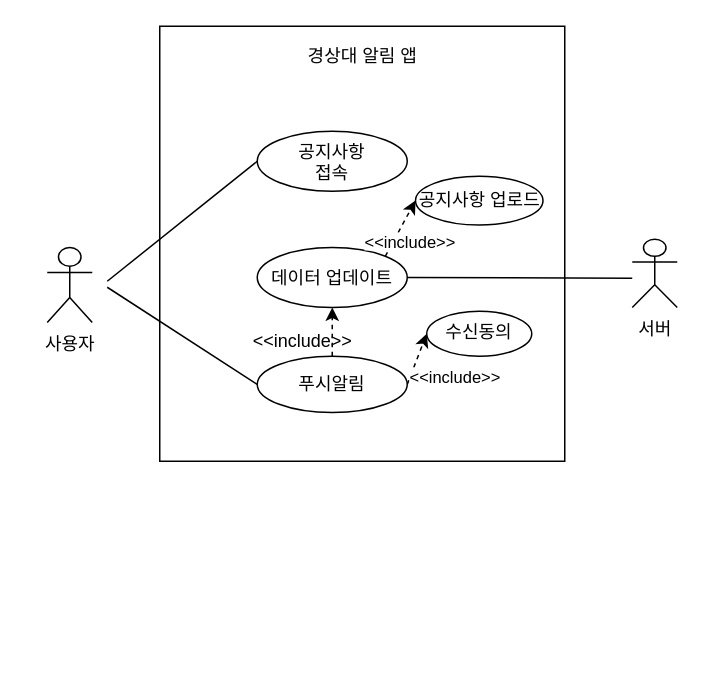
Earlier version of the draw.io diagram Untitled Diagram.drawio (seongjin17/test). Source tidied: cells renumbered, new cells numbered last; positions are measured from the earlier drawing's top-left corner, leaving out a move shared by most shapes. Both pictures are drawn from the tidied source at 150%, with x=0, y=0 at pixel (46, 26).
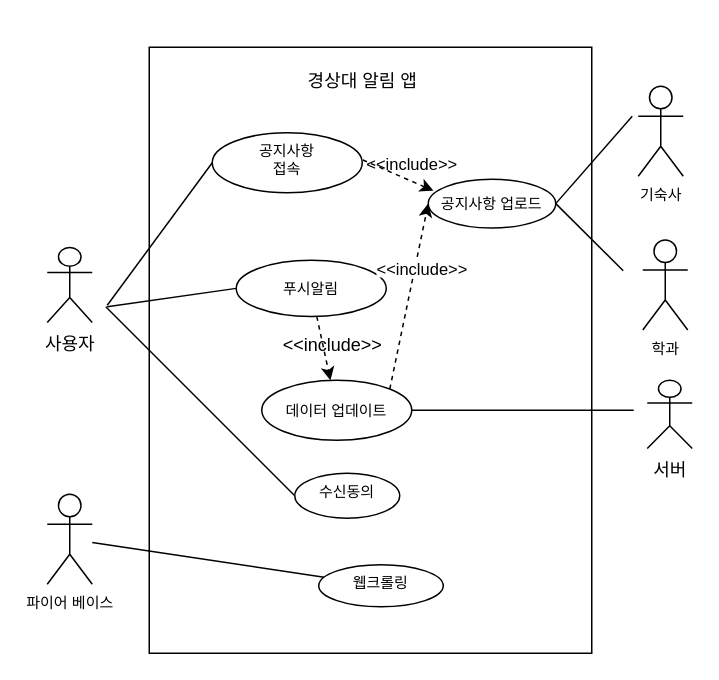
After the change.

Change to the diagram source:
```diff
@@
     <mxCell id="2" style="edgeStyle=none;rounded=0;jettySize=auto;html=1;entryX=0;entryY=0.5;entryDx=0;entryDy=0;endArrow=none;endFill=0;" parent="1" edge="1" target="7">
       <mxGeometry relative="1" as="geometry">
-        <mxPoint x="40" y="174" as="sourcePoint" />
+        <mxPoint x="40" y="187" as="sourcePoint" />
       </mxGeometry>
     </mxCell>
@@
-    <mxCell id="4" style="edgeStyle=none;rounded=1;sketch=0;jettySize=auto;html=1;endArrow=classic;endFill=1;strokeColor=default;dashed=1;exitX=1;exitY=0.5;exitDx=0;exitDy=0;entryX=0;entryY=0.5;entryDx=0;entryDy=0;" parent="1" edge="1" source="7" target="14">
-      <mxGeometry relative="1" as="geometry" />
+    <mxCell id="4" style="edgeStyle=none;rounded=1;sketch=0;jettySize=auto;html=1;endArrow=none;endFill=0;strokeColor=default;entryX=0;entryY=0.5;entryDx=0;entryDy=0;" parent="1" edge="1" target="14">
+      <mxGeometry relative="1" as="geometry">
+        <mxPoint x="39" y="187" as="sourcePoint" />
+      </mxGeometry>
     </mxCell>
+    <mxCell id="20" style="edgeStyle=none;rounded=0;jettySize=auto;html=1;fontSize=10;endArrow=none;endFill=0;entryX=-0.037;entryY=0.208;entryDx=0;entryDy=0;entryPerimeter=0;dashed=1;startArrow=classic;startFill=1;exitX=0.041;exitY=0.236;exitDx=0;exitDy=0;exitPerimeter=0;" parent="1" edge="1" source="15" target="17">
+      <mxGeometry relative="1" as="geometry" />
+    </mxCell>
-    <mxCell id="5" value="공지사항&lt;br&gt;접속" style="ellipse;whiteSpace=wrap;html=1;verticalAlign=top;" parent="1" vertex="1">
-      <mxGeometry x="140" y="70" width="100" height="40" as="geometry" />
+    <mxCell id="5" value="공지사항&lt;br style=&quot;font-size: 10px;&quot;&gt;접속" style="ellipse;whiteSpace=wrap;html=1;verticalAlign=top;fontSize=10;" parent="1" vertex="1">
+      <mxGeometry x="110" y="71" width="100" height="40" as="geometry" />
     </mxCell>
@@
-    <mxCell id="7" value="푸시알림" style="ellipse;whiteSpace=wrap;html=1;rounded=0;sketch=0;" parent="1" vertex="1">
-      <mxGeometry x="140" y="220" width="100" height="37.5" as="geometry" />
+    <mxCell id="7" value="푸시알림" style="ellipse;whiteSpace=wrap;html=1;rounded=0;sketch=0;fontSize=10;" parent="1" vertex="1">
+      <mxGeometry x="126" y="156" width="100" height="37.5" as="geometry" />
     </mxCell>
@@
-    <mxCell id="9" value="데이터 업데이트" style="ellipse;whiteSpace=wrap;html=1;rounded=0;sketch=0;" parent="1" vertex="1">
-      <mxGeometry x="140" y="147.5" width="100" height="40" as="geometry" />
+    <mxCell id="9" value="데이터 업데이트" style="ellipse;whiteSpace=wrap;html=1;rounded=0;sketch=0;fontSize=10;" parent="1" vertex="1">
+      <mxGeometry x="143" y="236" width="100" height="40" as="geometry" />
     </mxCell>
     <mxCell id="10" value="서버" style="shape=umlActor;verticalLabelPosition=bottom;verticalAlign=top;html=1;rounded=0;sketch=0;" parent="1" vertex="1">
-      <mxGeometry x="390" y="142" width="30" height="45.5" as="geometry" />
+      <mxGeometry x="400" y="236" width="30" height="45.5" as="geometry" />
     </mxCell>
     <mxCell id="11" style="endArrow=none;html=1;rounded=1;sketch=0;strokeColor=default;endFill=0;exitX=1;exitY=0.5;exitDx=0;exitDy=0;" parent="1" edge="1" source="9">
       <mxGeometry relative="1" as="geometry">
-        <mxPoint x="390" y="168" as="targetPoint" />
+        <mxPoint x="391" y="256" as="targetPoint" />
       </mxGeometry>
     </mxCell>
     <mxCell id="12" value="경상대 알림 앱" style="text;html=1;align=center;verticalAlign=middle;strokeColor=none;fillColor=none;" parent="1" vertex="1">
-      <mxGeometry x="165" y="10" width="90" height="20" as="geometry" />
+      <mxGeometry x="165" y="27" width="90" height="20" as="geometry" />
     </mxCell>
     <mxCell id="13" style="html=1;rounded=1;sketch=0;endArrow=none;endFill=0;strokeColor=default;entryX=0;entryY=0.5;entryDx=0;entryDy=0;" parent="1" edge="1" target="5">
       <mxGeometry relative="1" as="geometry">
-        <mxPoint x="40" y="170" as="sourcePoint" />
+        <mxPoint x="40" y="186" as="sourcePoint" />
       </mxGeometry>
     </mxCell>
-    <mxCell id="14" value="수신동의" style="ellipse;whiteSpace=wrap;html=1;verticalAlign=top;" parent="1" vertex="1">
-      <mxGeometry x="253" y="190" width="70" height="30" as="geometry" />
+    <mxCell id="14" value="수신동의" style="ellipse;whiteSpace=wrap;html=1;verticalAlign=top;fontSize=10;" parent="1" vertex="1">
+      <mxGeometry x="165" y="298" width="70" height="30" as="geometry" />
     </mxCell>
-    <mxCell id="15" value="공지사항 업로드" style="ellipse;whiteSpace=wrap;html=1;rounded=0;sketch=0;" parent="1" vertex="1">
-      <mxGeometry x="245.5" y="100" width="85" height="32.5" as="geometry" />
+    <mxCell id="15" value="&lt;font style=&quot;font-size: 10px&quot;&gt;공지사항 업로드&lt;/font&gt;" style="ellipse;whiteSpace=wrap;html=1;rounded=0;sketch=0;" parent="1" vertex="1">
+      <mxGeometry x="254" y="102" width="85" height="32.5" as="geometry" />
     </mxCell>
     <mxCell id="16" value="&amp;lt;&amp;lt;include&amp;gt;&amp;gt;" style="text;html=1;align=center;verticalAlign=middle;strokeColor=none;fillColor=none;" parent="1" vertex="1">
-      <mxGeometry x="130" y="200" width="80" height="20" as="geometry" />
+      <mxGeometry x="150" y="202.5" width="80" height="20" as="geometry" />
     </mxCell>
+    <mxCell id="18" value="&lt;span style=&quot;color: rgb(0 , 0 , 0) ; font-family: &amp;#34;helvetica&amp;#34; ; font-size: 11px ; font-style: normal ; font-weight: 400 ; letter-spacing: normal ; text-align: center ; text-indent: 0px ; text-transform: none ; word-spacing: 0px ; background-color: rgb(255 , 255 , 255) ; display: inline ; float: none&quot;&gt;&amp;lt;&amp;lt;include&amp;gt;&amp;gt;&lt;/span&gt;" style="text;whiteSpace=wrap;html=1;" parent="1" vertex="1">
+      <mxGeometry x="217.5" y="147.5" width="50" height="30" as="geometry" />
+    </mxCell>
+    <mxCell id="21" value="기숙사" style="shape=umlActor;verticalLabelPosition=bottom;verticalAlign=top;html=1;fontSize=10;fillColor=none;" parent="1" vertex="1">
+      <mxGeometry x="394" y="40" width="30" height="60" as="geometry" />
+    </mxCell>
+    <mxCell id="22" value="학과" style="shape=umlActor;verticalLabelPosition=bottom;verticalAlign=top;html=1;fontSize=10;fillColor=none;" parent="1" vertex="1">
+      <mxGeometry x="397" y="142.5" width="30" height="60" as="geometry" />
+    </mxCell>
+    <mxCell id="23" style="rounded=0;jettySize=auto;html=1;fontSize=10;endArrow=none;endFill=0;" parent="1" edge="1" source="24" target="27">
+      <mxGeometry relative="1" as="geometry" />
+    </mxCell>
+    <mxCell id="24" value="파이어 베이스" style="shape=umlActor;verticalLabelPosition=bottom;verticalAlign=top;html=1;outlineConnect=0;fontSize=10;fillColor=none;" parent="1" vertex="1">
+      <mxGeometry y="312" width="30" height="60" as="geometry" />
+    </mxCell>
+    <mxCell id="25" style="endArrow=none;html=1;rounded=0;fontSize=10;exitX=1;exitY=0.5;exitDx=0;exitDy=0;" parent="1" edge="1" source="15">
+      <mxGeometry relative="1" as="geometry">
+        <mxPoint x="390" y="60" as="targetPoint" />
+      </mxGeometry>
+    </mxCell>
+    <mxCell id="26" style="endArrow=none;html=1;rounded=0;fontSize=10;entryX=1;entryY=0.5;entryDx=0;entryDy=0;" parent="1" edge="1" target="15">
+      <mxGeometry relative="1" as="geometry">
+        <mxPoint x="384" y="163" as="sourcePoint" />
+      </mxGeometry>
+    </mxCell>
+    <mxCell id="27" value="웹크롤링" style="ellipse;whiteSpace=wrap;html=1;fontSize=10;verticalAlign=top;fillColor=none;" parent="1" vertex="1">
+      <mxGeometry x="181" y="359" width="83" height="28" as="geometry" />
+    </mxCell>
-    <mxCell id="17" value="&lt;span style=&quot;color: rgb(0 , 0 , 0) ; font-family: &amp;#34;helvetica&amp;#34; ; font-size: 11px ; font-style: normal ; font-weight: 400 ; letter-spacing: normal ; text-align: center ; text-indent: 0px ; text-transform: none ; word-spacing: 0px ; background-color: rgb(255 , 255 , 255) ; display: inline ; float: none&quot;&gt;&amp;lt;&amp;lt;include&amp;gt;&amp;gt;&lt;/span&gt;" style="text;whiteSpace=wrap;html=1;" parent="1" vertex="1">
-      <mxGeometry x="240" y="220" width="50" height="30" as="geometry" />
+    <mxCell id="17" value="&lt;font style=&quot;font-size: 11px&quot;&gt;&amp;lt;&amp;lt;include&amp;gt;&amp;gt;&lt;/font&gt;" style="text;html=1;align=center;verticalAlign=middle;points=[];strokeColor=none;fillColor=none;fontSize=10;" parent="1" vertex="1">
+      <mxGeometry x="207" y="83" width="71" height="17" as="geometry" />
     </mxCell>
-    <mxCell id="18" value="&lt;span style=&quot;color: rgb(0 , 0 , 0) ; font-family: &amp;#34;helvetica&amp;#34; ; font-size: 11px ; font-style: normal ; font-weight: 400 ; letter-spacing: normal ; text-align: center ; text-indent: 0px ; text-transform: none ; word-spacing: 0px ; background-color: rgb(255 , 255 , 255) ; display: inline ; float: none&quot;&gt;&amp;lt;&amp;lt;include&amp;gt;&amp;gt;&lt;/span&gt;" style="text;whiteSpace=wrap;html=1;" parent="1" vertex="1">
-      <mxGeometry x="210" y="130" width="50" height="30" as="geometry" />
-    </mxCell>
-    <mxCell id="19" style="rounded=0;whiteSpace=wrap;html=1;sketch=0;fillColor=none;" parent="1" vertex="1">
-      <mxGeometry x="75" width="270" height="290" as="geometry" />
-    </mxCell>
+    <mxCell id="28" style="rounded=0;whiteSpace=wrap;html=1;fontSize=11;fillColor=none;" parent="1" vertex="1">
+      <mxGeometry x="68" y="14" width="295" height="404" as="geometry" />
+    </mxCell>
```
